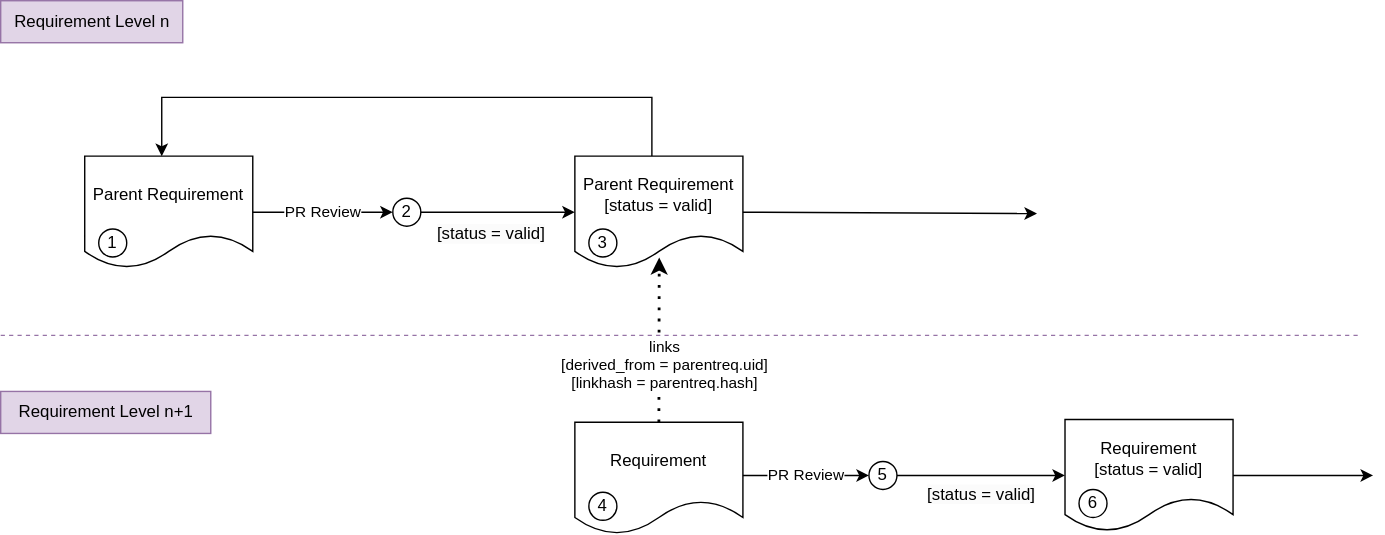
The draw.io diagram pr-739/_images/requirements_workflow.drawio.svg in eclipse-score/process_description, before a commit. Source tidied: cells renumbered, new cells last; positions are measured from the earlier drawing's top-left corner, leaving out a move shared by most shapes. Its diagram source:
```xml
<mxGraphModel>
  <root>
    <mxCell id="0" />
    <mxCell id="1" parent="0" />
    <mxCell id="2" value="Parent Requirement" style="shape=document;whiteSpace=wrap;html=1;boundedLbl=1;" parent="1" vertex="1">
      <mxGeometry x="60" y="111" width="120" height="80" as="geometry" />
    </mxCell>
    <mxCell id="3" style="edgeStyle=orthogonalEdgeStyle;rounded=0;orthogonalLoop=1;jettySize=auto;html=1;entryX=0.5;entryY=0;entryDx=0;entryDy=0;" parent="1" edge="1">
      <mxGeometry relative="1" as="geometry">
        <mxPoint x="465" y="111" as="sourcePoint" />
        <mxPoint x="115" y="111" as="targetPoint" />
        <Array as="points">
          <mxPoint x="465" y="69" />
          <mxPoint x="115" y="69" />
        </Array>
      </mxGeometry>
    </mxCell>
    <mxCell id="4" value="Parent Requirement&lt;br&gt;[status = valid]" style="shape=document;whiteSpace=wrap;html=1;boundedLbl=1;" parent="1" vertex="1">
      <mxGeometry x="410" y="111" width="120" height="80" as="geometry" />
    </mxCell>
    <mxCell id="5" value="PR Review" style="endArrow=classic;html=1;rounded=0;exitX=1;exitY=0.5;exitDx=0;exitDy=0;" parent="1" edge="1" source="2">
      <mxGeometry relative="1" as="geometry">
        <mxPoint x="280" y="151" as="targetPoint" />
      </mxGeometry>
    </mxCell>
    <mxCell id="6" style="endArrow=classic;html=1;rounded=0;exitX=1;exitY=0.5;exitDx=0;exitDy=0;entryX=0;entryY=0.583;entryDx=0;entryDy=0;entryPerimeter=0;" parent="1" edge="1" source="4">
      <mxGeometry relative="1" as="geometry">
        <mxPoint x="740" y="152" as="targetPoint" />
      </mxGeometry>
    </mxCell>
    <mxCell id="7" value="Requirement Level n" style="text;html=1;align=center;verticalAlign=middle;strokeColor=#9673a6;fillColor=#e1d5e7;" parent="1" vertex="1">
      <mxGeometry width="130" height="30" as="geometry" />
    </mxCell>
    <mxCell id="8" value="Requirement Level n+1" style="text;html=1;align=center;verticalAlign=middle;strokeColor=#9673a6;fillColor=#e1d5e7;" parent="1" vertex="1">
      <mxGeometry y="279" width="150" height="30" as="geometry" />
    </mxCell>
    <mxCell id="9" value="Requirement" style="shape=document;whiteSpace=wrap;html=1;boundedLbl=1;" parent="1" vertex="1">
      <mxGeometry x="410" y="301" width="120" height="80" as="geometry" />
    </mxCell>
    <mxCell id="10" style="edgeStyle=orthogonalEdgeStyle;rounded=0;jettySize=auto;html=1;" parent="1" edge="1" source="11">
      <mxGeometry relative="1" as="geometry">
        <mxPoint x="980" y="339" as="targetPoint" />
      </mxGeometry>
    </mxCell>
    <mxCell id="11" value="Requirement&lt;br&gt;[status = valid]" style="shape=document;whiteSpace=wrap;html=1;boundedLbl=1;" parent="1" vertex="1">
      <mxGeometry x="760" y="299" width="120" height="80" as="geometry" />
    </mxCell>
    <mxCell id="12" style="endArrow=classic;dashed=1;html=1;dashPattern=1 3;strokeWidth=2;rounded=0;exitX=0.5;exitY=0;exitDx=0;exitDy=0;endFill=1;fontStyle=1;entryX=0.502;entryY=0.905;entryDx=0;entryDy=0;entryPerimeter=0;" parent="1" edge="1" source="9" target="4">
      <mxGeometry relative="1" as="geometry" />
    </mxCell>
    <mxCell id="13" value="links&lt;br&gt;[derived_from = parentreq.uid]&lt;br&gt;[linkhash = parentreq.hash]" style="edgeLabel;html=1;align=center;verticalAlign=middle;" parent="12" vertex="1">
      <mxGeometry x="-0.28" y="-3" relative="1" as="geometry" />
    </mxCell>
    <mxCell id="14" value="PR Review" style="endArrow=classic;html=1;rounded=0;exitX=1;exitY=0.5;exitDx=0;exitDy=0;" parent="1" edge="1">
      <mxGeometry relative="1" as="geometry">
        <mxPoint x="530" y="339" as="sourcePoint" />
        <mxPoint x="620" y="339" as="targetPoint" />
      </mxGeometry>
    </mxCell>
    <mxCell id="15" style="endArrow=none;dashed=1;html=1;rounded=0;fillColor=#e1d5e7;strokeColor=#9673a6;" parent="1" edge="1">
      <mxGeometry relative="1" as="geometry">
        <mxPoint y="239" as="sourcePoint" />
        <mxPoint x="970" y="239" as="targetPoint" />
      </mxGeometry>
    </mxCell>
    <mxCell id="16" value="1" style="ellipse;whiteSpace=wrap;html=1;" parent="1" vertex="1">
      <mxGeometry x="70" y="163" width="20" height="20" as="geometry" />
    </mxCell>
    <mxCell id="17" value="3" style="ellipse;whiteSpace=wrap;html=1;" parent="1" vertex="1">
      <mxGeometry x="420" y="163" width="20" height="20" as="geometry" />
    </mxCell>
    <mxCell id="18" value="4" style="ellipse;whiteSpace=wrap;html=1;" parent="1" vertex="1">
      <mxGeometry x="420" y="351" width="20" height="20" as="geometry" />
    </mxCell>
    <mxCell id="19" style="edgeStyle=orthogonalEdgeStyle;rounded=0;jettySize=auto;html=1;" parent="1" edge="1" source="20" target="11">
      <mxGeometry relative="1" as="geometry" />
    </mxCell>
    <mxCell id="20" value="5" style="ellipse;whiteSpace=wrap;html=1;" parent="1" vertex="1">
      <mxGeometry x="620" y="329" width="20" height="20" as="geometry" />
    </mxCell>
    <mxCell id="21" style="edgeStyle=orthogonalEdgeStyle;rounded=0;jettySize=auto;html=1;entryX=0;entryY=0.5;entryDx=0;entryDy=0;exitX=1;exitY=0.5;exitDx=0;exitDy=0;" parent="1" edge="1" source="25" target="4">
      <mxGeometry relative="1" as="geometry" />
    </mxCell>
    <mxCell id="22" value="&lt;span style=&quot;color: rgb(0, 0, 0); font-family: Helvetica; font-size: 12px; font-style: normal; font-variant-ligatures: normal; font-variant-caps: normal; font-weight: 400; letter-spacing: normal; orphans: 2; text-align: center; text-indent: 0px; text-transform: none; widows: 2; word-spacing: 0px; -webkit-text-stroke-width: 0px; background-color: rgb(251, 251, 251); text-decoration-thickness: initial; text-decoration-style: initial; text-decoration-color: initial; float: none; display: inline !important;&quot;&gt;[status = valid]&lt;/span&gt;" style="text;whiteSpace=wrap;html=1;" parent="1" vertex="1">
      <mxGeometry x="310" y="153" width="80" height="30" as="geometry" />
    </mxCell>
    <mxCell id="23" value="&lt;span style=&quot;color: rgb(0, 0, 0); font-family: Helvetica; font-size: 12px; font-style: normal; font-variant-ligatures: normal; font-variant-caps: normal; font-weight: 400; letter-spacing: normal; orphans: 2; text-align: center; text-indent: 0px; text-transform: none; widows: 2; word-spacing: 0px; -webkit-text-stroke-width: 0px; background-color: rgb(251, 251, 251); text-decoration-thickness: initial; text-decoration-style: initial; text-decoration-color: initial; float: none; display: inline !important;&quot;&gt;[status = valid]&lt;/span&gt;" style="text;whiteSpace=wrap;html=1;" parent="1" vertex="1">
      <mxGeometry x="660" y="339" width="80" height="30" as="geometry" />
    </mxCell>
    <mxCell id="24" value="6" style="ellipse;whiteSpace=wrap;html=1;" parent="1" vertex="1">
      <mxGeometry x="770" y="349" width="20" height="20" as="geometry" />
    </mxCell>
    <mxCell id="25" value="2" style="ellipse;whiteSpace=wrap;html=1;" parent="1" vertex="1">
      <mxGeometry x="280" y="141" width="20" height="20" as="geometry" />
    </mxCell>
  </root>
</mxGraphModel>
```
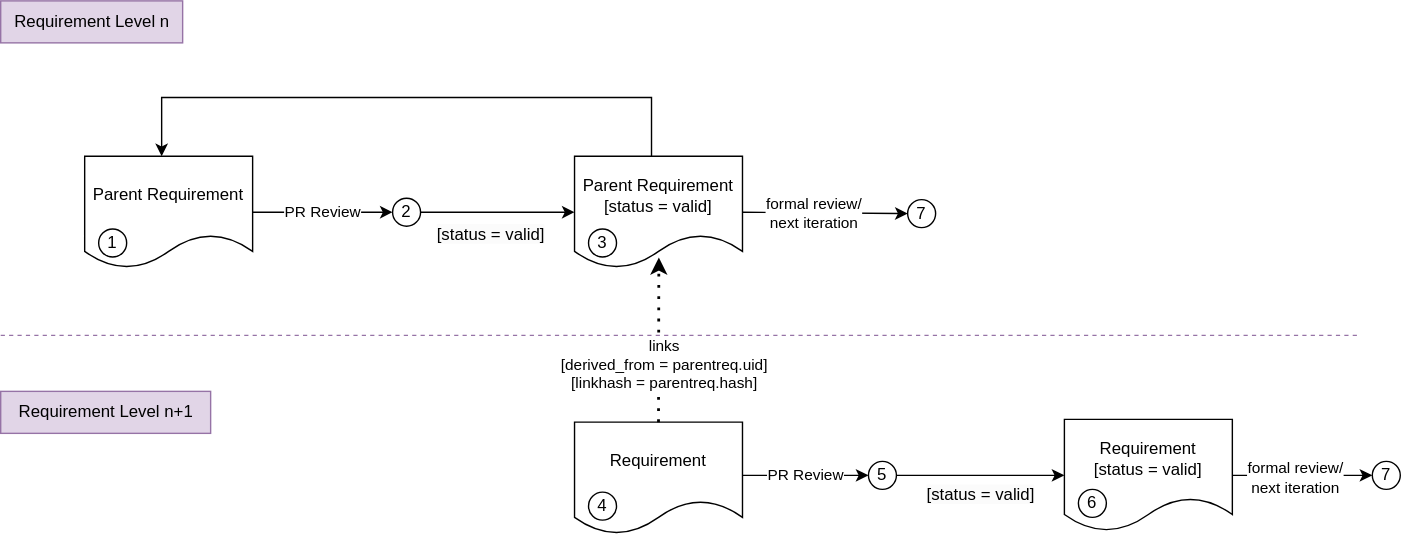
Later version of the same file.

Diff of the diagram source:
```diff
@@ -23,11 +23,14 @@
         <mxPoint x="280" y="151" as="targetPoint" />
       </mxGeometry>
     </mxCell>
-    <mxCell id="6" style="endArrow=classic;html=1;rounded=0;exitX=1;exitY=0.5;exitDx=0;exitDy=0;entryX=0;entryY=0.583;entryDx=0;entryDy=0;entryPerimeter=0;" parent="1" edge="1" source="4">
-      <mxGeometry relative="1" as="geometry">
-        <mxPoint x="740" y="152" as="targetPoint" />
-      </mxGeometry>
+    <mxCell id="6" style="endArrow=classic;html=1;rounded=0;exitX=1;exitY=0.5;exitDx=0;exitDy=0;entryX=0;entryY=0.5;entryDx=0;entryDy=0;" parent="1" edge="1" source="4" target="28">
+      <mxGeometry relative="1" as="geometry" />
     </mxCell>
+    <mxCell id="26" value="formal review/&lt;br&gt;next iteration" style="edgeLabel;html=1;align=center;verticalAlign=middle;" parent="6" vertex="1">
+      <mxGeometry x="-0.14" y="-2" relative="1" as="geometry">
+        <mxPoint y="-2" as="offset" />
+      </mxGeometry>
+    </mxCell>
     <mxCell id="7" value="Requirement Level n" style="text;html=1;align=center;verticalAlign=middle;strokeColor=#9673a6;fillColor=#e1d5e7;" parent="1" vertex="1">
       <mxGeometry width="130" height="30" as="geometry" />
     </mxCell>
@@ -37,11 +40,12 @@
     <mxCell id="9" value="Requirement" style="shape=document;whiteSpace=wrap;html=1;boundedLbl=1;" parent="1" vertex="1">
       <mxGeometry x="410" y="301" width="120" height="80" as="geometry" />
     </mxCell>
-    <mxCell id="10" style="edgeStyle=orthogonalEdgeStyle;rounded=0;jettySize=auto;html=1;" parent="1" edge="1" source="11">
-      <mxGeometry relative="1" as="geometry">
-        <mxPoint x="980" y="339" as="targetPoint" />
-      </mxGeometry>
+    <mxCell id="10" style="edgeStyle=orthogonalEdgeStyle;rounded=0;jettySize=auto;html=1;entryX=0;entryY=0.5;entryDx=0;entryDy=0;" parent="1" edge="1" source="11" target="29">
+      <mxGeometry relative="1" as="geometry" />
     </mxCell>
+    <mxCell id="27" value="formal review/&lt;br&gt;next iteration" style="edgeLabel;html=1;align=center;verticalAlign=middle;" parent="10" vertex="1">
+      <mxGeometry x="-0.12" y="-1" relative="1" as="geometry" />
+    </mxCell>
     <mxCell id="11" value="Requirement&lt;br&gt;[status = valid]" style="shape=document;whiteSpace=wrap;html=1;boundedLbl=1;" parent="1" vertex="1">
       <mxGeometry x="760" y="299" width="120" height="80" as="geometry" />
     </mxCell>
@@ -93,5 +97,11 @@
     <mxCell id="25" value="2" style="ellipse;whiteSpace=wrap;html=1;" parent="1" vertex="1">
       <mxGeometry x="280" y="141" width="20" height="20" as="geometry" />
     </mxCell>
+    <mxCell id="28" value="7" style="ellipse;whiteSpace=wrap;html=1;" parent="1" vertex="1">
+      <mxGeometry x="648" y="142" width="20" height="20" as="geometry" />
+    </mxCell>
+    <mxCell id="29" value="7" style="ellipse;whiteSpace=wrap;html=1;" parent="1" vertex="1">
+      <mxGeometry x="980" y="329" width="20" height="20" as="geometry" />
+    </mxCell>
   </root>
 </mxGraphModel>
```
